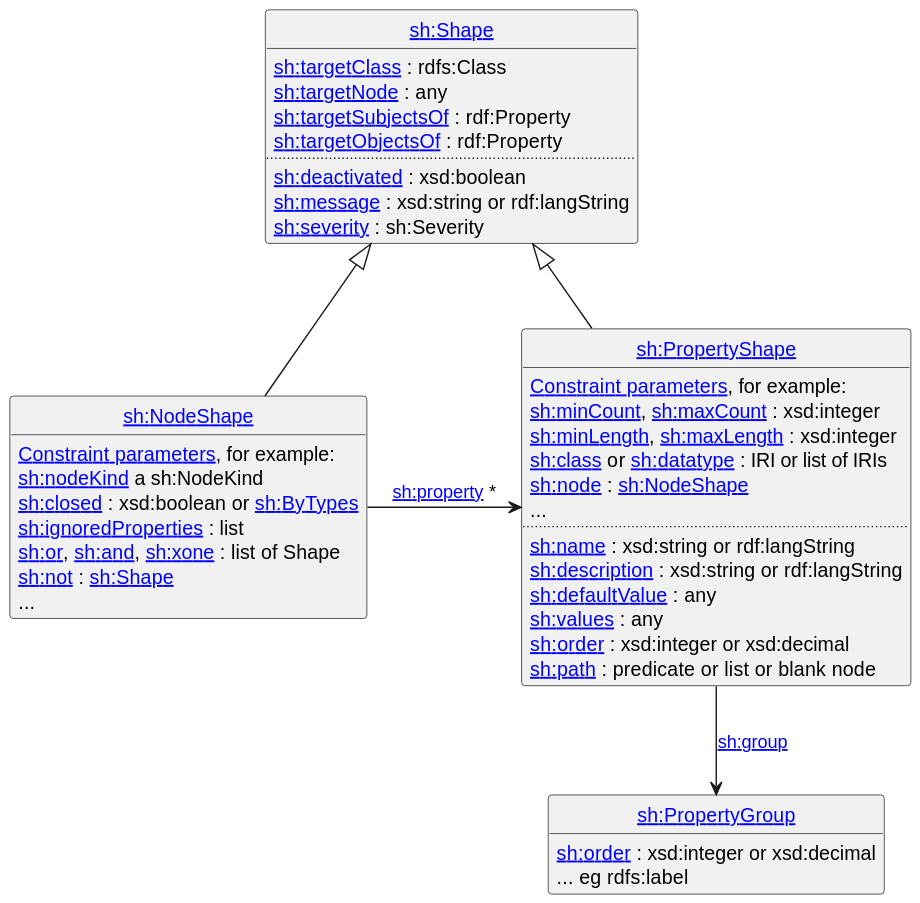
w3c/data-shapes keeps this PlantUML diagram as shacl12-core/images/SHACL-UML.svg. Above is the earlier version. The source it was exported from:
```plantuml
@startuml
hide circles
hide empty members
skinparam pathHoverColor red ' on cover, highlight blue links as red

class "<color:blue><u>sh:Shape" as Shape [[#shapes]] {
  [[#targetClass sh:targetClass]] : rdfs:Class
  [[#targetNode sh:targetNode]] : any
  [[#targetSubjectsOf sh:targetSubjectsOf]] : rdf:Property
  [[#targetObjectsOf sh:targetObjectsOf]] : rdf:Property
  ....
  [[#deactivated sh:deactivated]] : xsd:boolean
  [[#message sh:message]] : xsd:string or rdf:langString
  [[#severity sh:severity]] : sh:Severity
}

class "<color:blue><u>sh:NodeShape" as NodeShape [[#node-shapes]] {
  [[#constraints Constraint parameters]], for example:
  [[#NodeKindConstraintComponent sh:nodeKind]] a sh:NodeKind
  [[#ClosedConstraintComponent sh:closed]] : xsd:boolean or [[#syntax-rule-closed-datatype sh:ByTypes]]
  [[#ClosedConstraintComponent sh:ignoredProperties]] : list
  [[#OrConstraintComponent sh:or]], [[#AndConstraintComponent sh:and]], [[#XoneConstraintComponent sh:xone]] : list of Shape
  [[#NotConstraintComponent sh:not]] : [[#shapes sh:Shape]]
  ...
}

class "<color:blue><u>sh:PropertyShape" as PropertyShape [[#property-shapes]] {
  [[#constraints Constraint parameters]], for example:
  [[#MinCountConstraintComponent sh:minCount]], [[#MaxCountConstraintComponent sh:maxCount]] : xsd:integer
  [[#MinLengthConstraintComponent sh:minLength]], [[#MaxLengthConstraintComponent sh:maxLength]] : xsd:integer
  [[#ClassConstraintComponent sh:class]] or [[#DatatypeConstraintComponent sh:datatype]] : IRI or list of IRIs
  [[#NodeConstraintComponent sh:node]] : [[#node-shapes sh:NodeShape]]
  ...
  ....
  [[#name sh:name]] : xsd:string or rdf:langString
  [[#description sh:description]] : xsd:string or rdf:langString
  [[#syntax-rule-path-defaultValue sh:defaultValue]] : any
  [[#syntax-rule-path-defaultValue sh:values]] : any
  [[#order sh:order]] : xsd:integer or xsd:decimal
  [[#property-paths sh:path]] : predicate or list or blank node
}

class "<color:blue><u>sh:PropertyGroup" as PropertyGroup [[#group sh:group]] {
  [[#group sh:order]] : xsd:integer or xsd:decimal
  ... eg rdfs:label
}

Shape <|-- NodeShape
Shape <|-- PropertyShape
NodeShape -> PropertyShape : [[#property-shapes sh:property]] *
PropertyShape --> PropertyGroup :  [[#group sh:group]]
@enduml
```
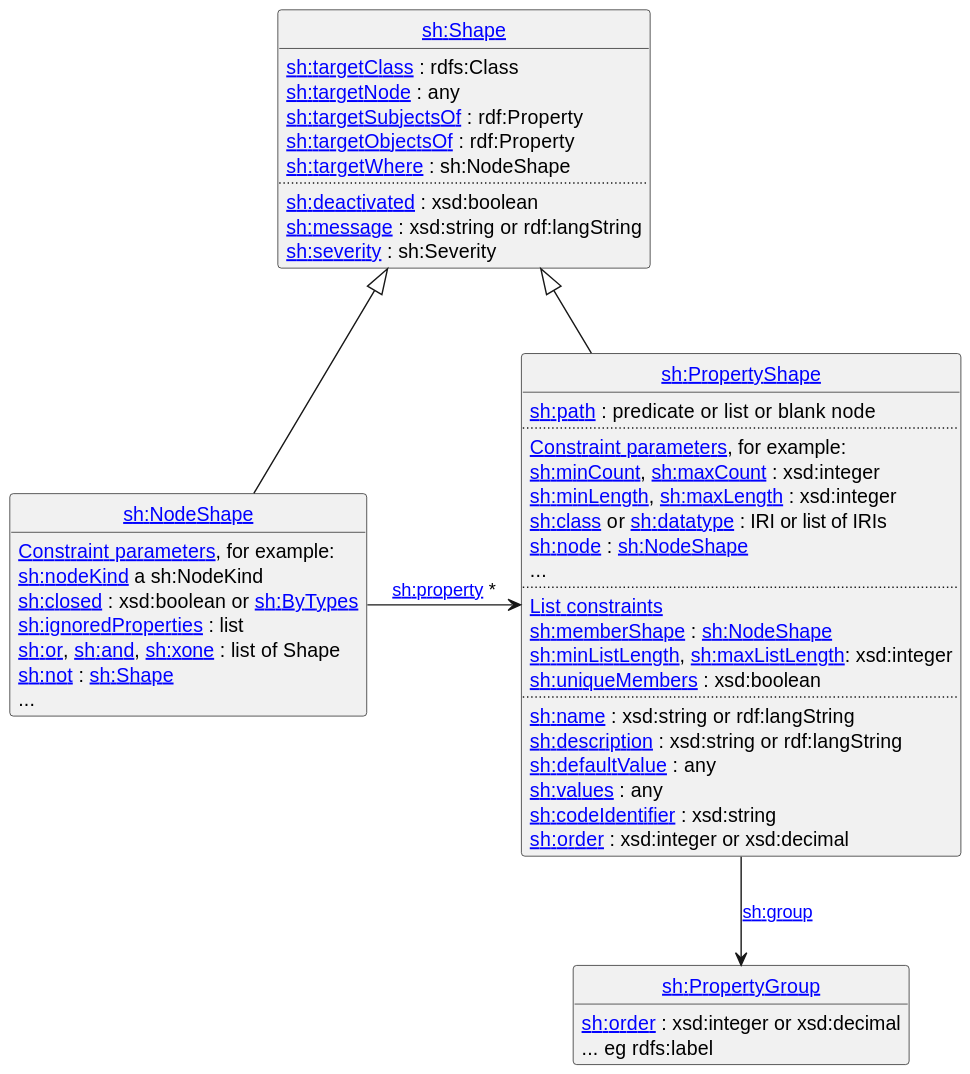
After the commit.

What changed in the source:
```diff
@@ -8,6 +8,7 @@
   [[#targetNode sh:targetNode]] : any
   [[#targetSubjectsOf sh:targetSubjectsOf]] : rdf:Property
   [[#targetObjectsOf sh:targetObjectsOf]] : rdf:Property
+  [[#targetWhere sh:targetWhere]] : sh:NodeShape
   ....
   [[#deactivated sh:deactivated]] : xsd:boolean
   [[#message sh:message]] : xsd:string or rdf:langString
@@ -25,6 +26,8 @@
 }
 
 class "<color:blue><u>sh:PropertyShape" as PropertyShape [[#property-shapes]] {
+  [[#property-paths sh:path]] : predicate or list or blank node
+  ....
   [[#constraints Constraint parameters]], for example:
   [[#MinCountConstraintComponent sh:minCount]], [[#MaxCountConstraintComponent sh:maxCount]] : xsd:integer
   [[#MinLengthConstraintComponent sh:minLength]], [[#MaxLengthConstraintComponent sh:maxLength]] : xsd:integer
@@ -32,12 +35,17 @@
   [[#NodeConstraintComponent sh:node]] : [[#node-shapes sh:NodeShape]]
   ...
   ....
+  [[#core-components-list List constraints]]
+  [[#MemberShapeConstraintComponent sh:memberShape]] : [[#node-shapes sh:NodeShape]]
+  [[#MinListLengthConstraintComponent sh:minListLength]], [[#MaxListLengthConstraintComponent sh:maxListLength]]: xsd:integer
+  [[#UniqueMembersConstraintComponent sh:uniqueMembers]] : xsd:boolean
+  ....
   [[#name sh:name]] : xsd:string or rdf:langString
   [[#description sh:description]] : xsd:string or rdf:langString
   [[#syntax-rule-path-defaultValue sh:defaultValue]] : any
   [[#syntax-rule-path-defaultValue sh:values]] : any
+  [[#codeIdentifier sh:codeIdentifier]] : xsd:string
   [[#order sh:order]] : xsd:integer or xsd:decimal
-  [[#property-paths sh:path]] : predicate or list or blank node
 }
 
 class "<color:blue><u>sh:PropertyGroup" as PropertyGroup [[#group sh:group]] {
@@ -48,5 +56,6 @@
 Shape <|-- NodeShape
 Shape <|-- PropertyShape
 NodeShape -> PropertyShape : [[#property-shapes sh:property]] *
-PropertyShape --> PropertyGroup :  [[#group sh:group]]
+PropertyShape --> PropertyGroup : [[#group sh:group]]
+
 @enduml
```
